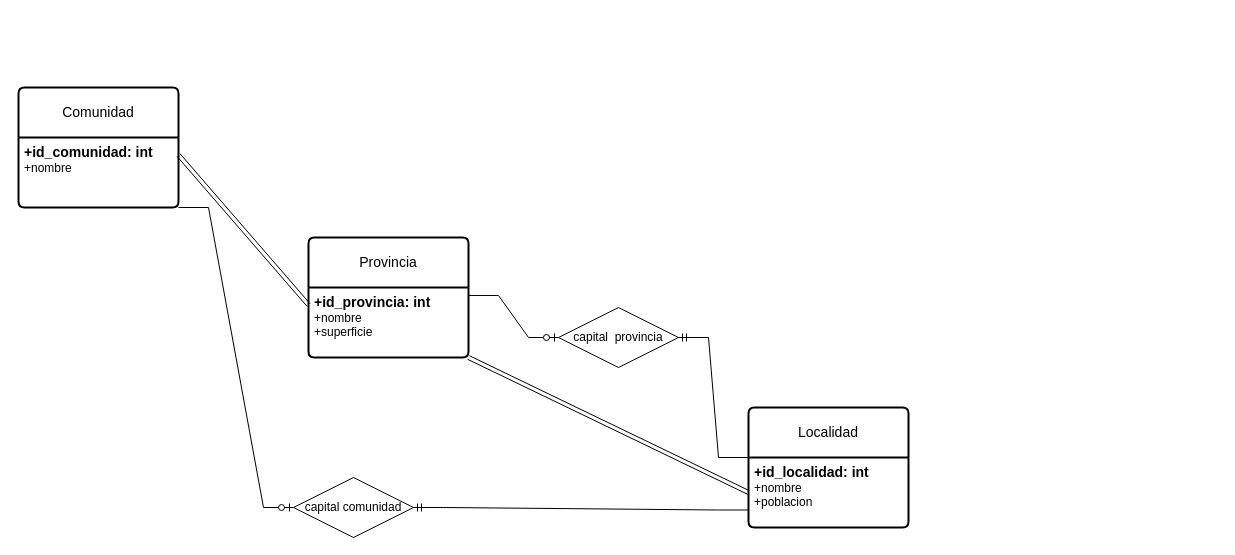
Above: ejercicio3.drawio in AsierGArranz/aga-sru-sa-t-UD12DiagramaER-11102023 (draw.io), before the change. Source tidied: cells renumbered, new cells numbered last; positions are measured from the earlier drawing's top-left corner, leaving out a move shared by most shapes. Both pictures are drawn from the tidied source at 100%, with x=0, y=0 at pixel (18, 87).
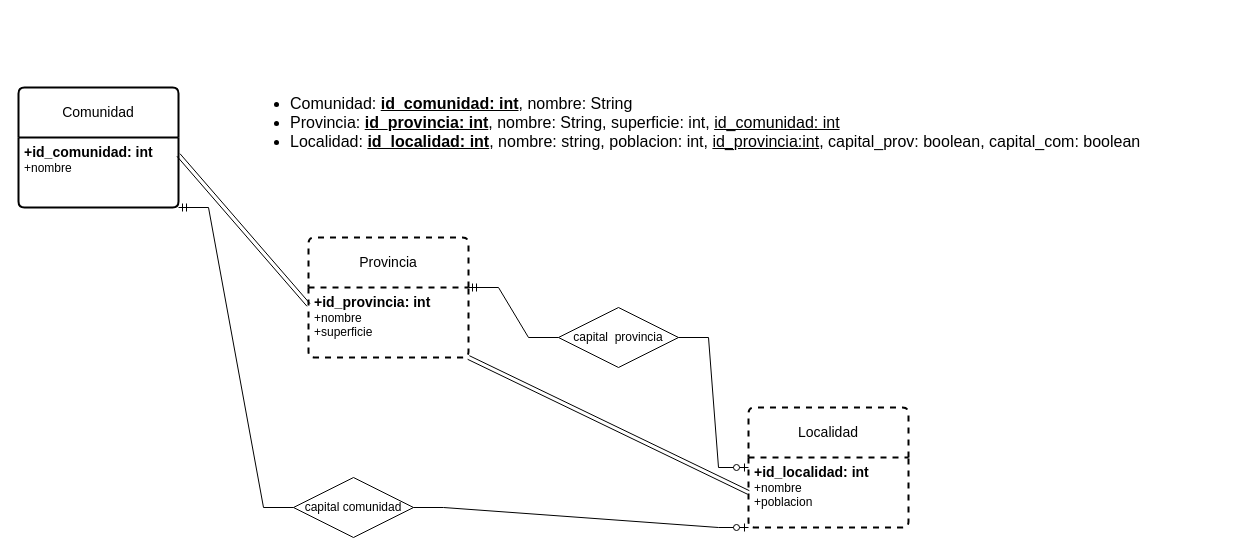
The same page after the edit.

Change to the diagram source:
```diff
@@
 <mxGraphModel>
   <root>
     <mxCell id="0" />
     <mxCell id="1" parent="0" />
-    <mxCell id="2" value="Localidad" style="swimlane;horizontal=1;startSize=50;rounded=1;fontSize=14;fontStyle=0;strokeWidth=2;shadow=0;dashed=0;align=center;arcSize=4;whiteSpace=wrap;html=1;" parent="1" vertex="1">
+    <mxCell id="2" value="Localidad" style="swimlane;horizontal=1;startSize=50;rounded=1;fontSize=14;fontStyle=0;strokeWidth=2;shadow=0;dashed=1;align=center;arcSize=4;whiteSpace=wrap;html=1;" parent="1" vertex="1">
       <mxGeometry x="730" y="320" width="160" height="120" as="geometry" />
     </mxCell>
     <mxCell id="3" value="&lt;font style=&quot;font-size: 14px;&quot;&gt;&lt;b&gt;+id_localidad: int&lt;br&gt;&lt;/b&gt;&lt;/font&gt;+nombre&lt;br&gt;+poblacion" style="align=left;strokeColor=none;fillColor=none;spacingLeft=4;fontSize=12;verticalAlign=top;html=1;" parent="2" vertex="1">
       <mxGeometry y="50" width="160" height="70" as="geometry" />
     </mxCell>
-    <mxCell id="4" value="Provincia" style="swimlane;horizontal=1;startSize=50;rounded=1;fontSize=14;fontStyle=0;strokeWidth=2;shadow=0;dashed=0;align=center;arcSize=4;whiteSpace=wrap;html=1;" parent="1" vertex="1">
+    <mxCell id="4" value="Provincia" style="swimlane;horizontal=1;startSize=50;rounded=1;fontSize=14;fontStyle=0;strokeWidth=2;shadow=0;dashed=1;align=center;arcSize=4;whiteSpace=wrap;html=1;" parent="1" vertex="1">
       <mxGeometry x="290" y="150" width="160" height="120" as="geometry" />
     </mxCell>
     <mxCell id="5" value="&lt;b&gt;&lt;font style=&quot;font-size: 14px;&quot;&gt;+id_provincia: int&lt;br&gt;&lt;/font&gt;&lt;/b&gt;+nombre&lt;br&gt;+superficie" style="align=left;strokeColor=none;fillColor=none;spacingLeft=4;fontSize=12;verticalAlign=top;html=1;" parent="4" vertex="1">
       <mxGeometry y="50" width="160" height="70" as="geometry" />
     </mxCell>
     <mxCell id="6" value="Comunidad" style="swimlane;horizontal=1;startSize=50;rounded=1;fontSize=14;fontStyle=0;strokeWidth=2;shadow=0;dashed=0;align=center;arcSize=4;whiteSpace=wrap;html=1;" parent="1" vertex="1">
       <mxGeometry width="160" height="120" as="geometry" />
     </mxCell>
     <mxCell id="7" value="&lt;font style=&quot;font-size: 14px;&quot;&gt;&lt;b&gt;+id_comunidad: int&lt;/b&gt;&lt;/font&gt;&lt;br&gt;+nombre" style="align=left;strokeColor=none;fillColor=none;spacingLeft=4;fontSize=12;verticalAlign=top;html=1;" parent="6" vertex="1">
       <mxGeometry y="50" width="160" height="70" as="geometry" />
     </mxCell>
     <mxCell id="8" value="capital comunidad" style="shape=rhombus;perimeter=rhombusPerimeter;whiteSpace=wrap;html=1;align=center;" parent="1" vertex="1">
       <mxGeometry x="275" y="390" width="120" height="60" as="geometry" />
     </mxCell>
     <mxCell id="9" value="capital&amp;nbsp; provincia" style="shape=rhombus;perimeter=rhombusPerimeter;whiteSpace=wrap;html=1;align=center;" parent="1" vertex="1">
       <mxGeometry x="540" y="220" width="120" height="60" as="geometry" />
     </mxCell>
-    <mxCell id="10" style="edgeStyle=entityRelationEdgeStyle;fontSize=12;html=1;endArrow=ERzeroToOne;endFill=1;rounded=0;entryX=0;entryY=0.5;entryDx=0;entryDy=0;exitX=1;exitY=1;exitDx=0;exitDy=0;" parent="1" edge="1" source="7" target="8">
+    <mxCell id="10" style="edgeStyle=entityRelationEdgeStyle;fontSize=12;html=1;endArrow=ERzeroToOne;endFill=1;rounded=0;entryX=0;entryY=1;entryDx=0;entryDy=0;exitX=1;exitY=0.5;exitDx=0;exitDy=0;" parent="1" edge="1" source="8" target="3">
       <mxGeometry relative="1" as="geometry" />
     </mxCell>
     <mxCell id="11" style="shape=link;html=1;rounded=0;exitX=1;exitY=0.25;exitDx=0;exitDy=0;entryX=0;entryY=0.25;entryDx=0;entryDy=0;" parent="1" edge="1" source="7" target="5">
       <mxGeometry relative="1" as="geometry" />
     </mxCell>
     <mxCell id="12" style="shape=link;html=1;rounded=0;exitX=1;exitY=1;exitDx=0;exitDy=0;entryX=0;entryY=0.5;entryDx=0;entryDy=0;" parent="1" edge="1" source="5" target="3">
       <mxGeometry relative="1" as="geometry" />
     </mxCell>
-    <mxCell id="13" style="edgeStyle=entityRelationEdgeStyle;fontSize=12;html=1;endArrow=ERzeroToOne;endFill=1;rounded=0;entryX=0;entryY=0.5;entryDx=0;entryDy=0;exitX=1;exitY=0.114;exitDx=0;exitDy=0;exitPerimeter=0;" parent="1" edge="1" source="5" target="9">
+    <mxCell id="13" style="edgeStyle=entityRelationEdgeStyle;fontSize=12;html=1;endArrow=ERzeroToOne;endFill=1;rounded=0;entryX=0;entryY=0.5;entryDx=0;entryDy=0;exitX=1;exitY=0.5;exitDx=0;exitDy=0;" parent="1" edge="1" source="9" target="2">
       <mxGeometry relative="1" as="geometry" />
     </mxCell>
-    <mxCell id="14" style="edgeStyle=entityRelationEdgeStyle;fontSize=12;html=1;endArrow=ERmandOne;rounded=0;entryX=1;entryY=0.5;entryDx=0;entryDy=0;exitX=0;exitY=0.75;exitDx=0;exitDy=0;" parent="1" edge="1" source="3" target="8">
-      <mxGeometry relative="1" as="geometry" />
+    <mxCell id="14" style="edgeStyle=entityRelationEdgeStyle;fontSize=12;html=1;endArrow=ERmandOne;rounded=0;entryX=1;entryY=1;entryDx=0;entryDy=0;exitX=0;exitY=0.5;exitDx=0;exitDy=0;" parent="1" edge="1" source="8" target="7">
+      <mxGeometry relative="1" as="geometry">
+        <Array as="points">
+          <mxPoint x="145" y="190" />
+          <mxPoint x="435" y="330" />
+          <mxPoint x="145" y="190" />
+        </Array>
+      </mxGeometry>
     </mxCell>
-    <mxCell id="15" style="edgeStyle=entityRelationEdgeStyle;fontSize=12;html=1;endArrow=ERmandOne;rounded=0;entryX=1;entryY=0.5;entryDx=0;entryDy=0;exitX=0;exitY=0;exitDx=0;exitDy=0;" parent="1" edge="1" source="3" target="9">
+    <mxCell id="15" style="edgeStyle=entityRelationEdgeStyle;fontSize=12;html=1;endArrow=ERmandOne;rounded=0;entryX=1;entryY=0;entryDx=0;entryDy=0;exitX=0;exitY=0.5;exitDx=0;exitDy=0;" parent="1" edge="1" source="9" target="5">
       <mxGeometry relative="1" as="geometry" />
     </mxCell>
+    <mxCell id="16" value="&lt;ul style=&quot;font-size: 16px;&quot;&gt;&lt;li&gt;&lt;font style=&quot;font-size: 16px;&quot;&gt;Comunidad: &lt;u style=&quot;font-weight: bold;&quot;&gt;id_comunidad: int&lt;/u&gt;, nombre: String&lt;/font&gt;&lt;/li&gt;&lt;li&gt;&lt;font style=&quot;font-size: 16px;&quot;&gt;Provincia: &lt;b&gt;&lt;u&gt;id_provincia: int&lt;/u&gt;&lt;/b&gt;, nombre: String, superficie: int, &lt;u&gt;id_comunidad: int&lt;/u&gt;&lt;/font&gt;&lt;/li&gt;&lt;li&gt;&lt;font style=&quot;font-size: 16px;&quot;&gt;Localidad: &lt;b&gt;&lt;u&gt;id_localidad: int&lt;/u&gt;&lt;/b&gt;, nombre: string, poblacion: int, &lt;u&gt;id_provincia:int&lt;/u&gt;, capital_prov: boolean, capital_com: boolean&lt;/font&gt;&lt;/li&gt;&lt;/ul&gt;" style="text;strokeColor=none;fillColor=none;html=1;whiteSpace=wrap;verticalAlign=middle;overflow=hidden;" parent="1" vertex="1">
+      <mxGeometry x="230" y="-70" width="970" height="210" as="geometry" />
+    </mxCell>
   </root>
 </mxGraphModel>
```
